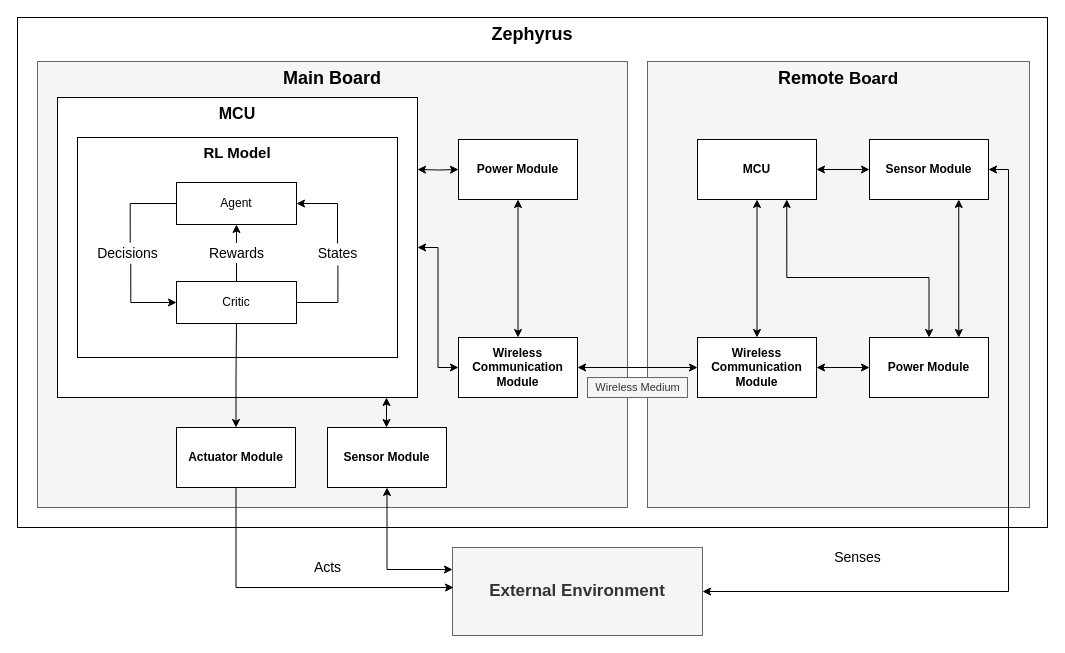
Before: 2. Analysis/1. System Overview/sys_overrview.drawio in esrg-silent-howl/zephyrus, a draw.io diagram. Source tidied: cells renumbered, new cells numbered last; positions are measured from the earlier drawing's top-left corner, leaving out a move shared by most shapes. Both pictures are drawn from the tidied source at 100%, with x=0, y=0 at pixel (17, 17).
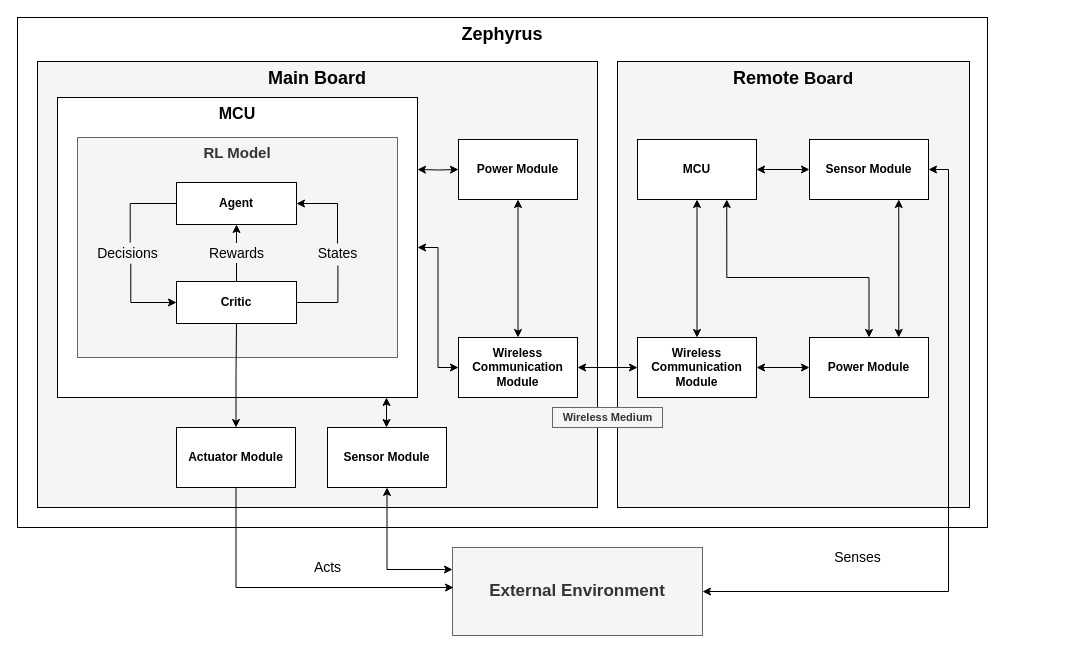
Above is the later version.

Change to the diagram source:
```diff
@@
     <mxCell id="2" value="&lt;b style=&quot;white-space: normal ; font-size: 18px&quot;&gt;Zephyrus&lt;/b&gt;" style="rounded=0;whiteSpace=wrap;html=1;verticalAlign=top;" parent="1" vertex="1">
-      <mxGeometry width="1030" height="510" as="geometry" />
+      <mxGeometry width="970" height="510" as="geometry" />
     </mxCell>
-    <mxCell id="3" value="&lt;b style=&quot;color: rgb(0 , 0 , 0) ; font-size: 18px ; white-space: normal&quot;&gt;Remote&amp;nbsp;&lt;/b&gt;&lt;b style=&quot;color: rgb(0 , 0 , 0) ; white-space: normal ; font-size: 17px&quot;&gt;Board&lt;/b&gt;" style="rounded=0;whiteSpace=wrap;html=1;fillColor=#f5f5f5;strokeColor=#666666;fontColor=#333333;verticalAlign=top;" parent="1" vertex="1">
-      <mxGeometry x="630" y="44" width="382" height="446" as="geometry" />
+    <mxCell id="3" value="&lt;b style=&quot;color: rgb(0 , 0 , 0) ; font-size: 18px ; white-space: normal&quot;&gt;Remote&amp;nbsp;&lt;/b&gt;&lt;b style=&quot;color: rgb(0 , 0 , 0) ; white-space: normal ; font-size: 17px&quot;&gt;Board&lt;/b&gt;" style="rounded=0;whiteSpace=wrap;html=1;fillColor=#f5f5f5;strokeColor=#000000;fontColor=#333333;verticalAlign=top;" parent="1" vertex="1">
+      <mxGeometry x="600" y="44" width="352" height="446" as="geometry" />
     </mxCell>
-    <mxCell id="4" value="&lt;font color=&quot;#000000&quot;&gt;&lt;span style=&quot;font-size: 18px&quot;&gt;&lt;b&gt;Main Board&lt;/b&gt;&lt;/span&gt;&lt;/font&gt;" style="rounded=0;whiteSpace=wrap;html=1;fillColor=#f5f5f5;strokeColor=#666666;verticalAlign=top;fontColor=#333333;" parent="1" vertex="1">
-      <mxGeometry x="20" y="44" width="590" height="446" as="geometry" />
+    <mxCell id="4" value="&lt;font color=&quot;#000000&quot;&gt;&lt;span style=&quot;font-size: 18px&quot;&gt;&lt;b&gt;Main Board&lt;/b&gt;&lt;/span&gt;&lt;/font&gt;" style="rounded=0;whiteSpace=wrap;html=1;fillColor=#f5f5f5;strokeColor=#000000;verticalAlign=top;fontColor=#333333;" parent="1" vertex="1">
+      <mxGeometry x="20" y="44" width="560" height="446" as="geometry" />
     </mxCell>
@@
-    <mxCell id="7" value="&lt;b&gt;&lt;font style=&quot;font-size: 15px&quot;&gt;RL Model&lt;/font&gt;&lt;/b&gt;" style="rounded=0;whiteSpace=wrap;html=1;verticalAlign=top;" parent="1" vertex="1">
+    <mxCell id="7" value="&lt;b&gt;&lt;font style=&quot;font-size: 15px&quot;&gt;RL Model&lt;/font&gt;&lt;/b&gt;" style="rounded=0;whiteSpace=wrap;html=1;verticalAlign=top;fillColor=#f5f5f5;strokeColor=#666666;fontColor=#333333;" parent="1" vertex="1">
       <mxGeometry x="60" y="120" width="320" height="220" as="geometry" />
     </mxCell>
-    <mxCell id="8" value="&lt;font style=&quot;font-size: 11px&quot;&gt;Wireless Medium&lt;/font&gt;" style="text;html=1;align=center;verticalAlign=middle;fillColor=#f5f5f5;strokeColor=#666666;fontColor=#333333;" parent="1" vertex="1">
-      <mxGeometry x="570" y="360" width="100" height="20" as="geometry" />
+    <mxCell id="8" value="&lt;font style=&quot;font-size: 11px&quot;&gt;&lt;b&gt;Wireless Medium&lt;/b&gt;&lt;/font&gt;" style="text;html=1;align=center;verticalAlign=middle;fillColor=#f5f5f5;strokeColor=#666666;fontColor=#333333;" parent="1" vertex="1">
+      <mxGeometry x="535" y="390" width="110" height="20" as="geometry" />
     </mxCell>
@@
-    <mxCell id="14" value="Critic" style="rounded=0;whiteSpace=wrap;html=1;" parent="1" vertex="1">
+    <mxCell id="14" value="&lt;b&gt;Critic&lt;/b&gt;" style="rounded=0;whiteSpace=wrap;html=1;" parent="1" vertex="1">
       <mxGeometry x="159" y="264" width="120" height="42" as="geometry" />
     </mxCell>
@@
-    <mxCell id="16" value="Agent" style="rounded=0;whiteSpace=wrap;html=1;" parent="1" vertex="1">
+    <mxCell id="16" value="&lt;b&gt;Agent&lt;/b&gt;" style="rounded=0;whiteSpace=wrap;html=1;" parent="1" vertex="1">
       <mxGeometry x="159" y="165" width="120" height="42" as="geometry" />
     </mxCell>
@@
     <mxCell id="27" style="edgeStyle=orthogonalEdgeStyle;rounded=0;jettySize=auto;html=1;exitX=0.75;exitY=1;exitDx=0;exitDy=0;startArrow=classic;startFill=1;endArrow=classic;endFill=1;entryX=0.5;entryY=0;entryDx=0;entryDy=0;" parent="1" edge="1" source="29" target="36">
       <mxGeometry relative="1" as="geometry">
         <Array as="points">
-          <mxPoint x="769" y="260" />
-          <mxPoint x="912" y="260" />
+          <mxPoint x="709" y="260" />
+          <mxPoint x="852" y="260" />
         </Array>
       </mxGeometry>
     </mxCell>
@@
     <mxCell id="29" value="&lt;b&gt;&lt;font style=&quot;font-size: 12px&quot;&gt;MCU&lt;/font&gt;&lt;/b&gt;" style="rounded=0;whiteSpace=wrap;html=1;" parent="1" vertex="1">
-      <mxGeometry x="680" y="122" width="119" height="60" as="geometry" />
+      <mxGeometry x="620" y="122" width="119" height="60" as="geometry" />
     </mxCell>
     <mxCell id="30" value="&lt;b&gt;Wireless Communication Module&lt;/b&gt;" style="rounded=0;whiteSpace=wrap;html=1;" parent="1" vertex="1">
-      <mxGeometry x="680" y="320" width="119" height="60" as="geometry" />
+      <mxGeometry x="620" y="320" width="119" height="60" as="geometry" />
     </mxCell>
@@
     <mxCell id="36" value="&lt;b&gt;Power Module&lt;/b&gt;" style="rounded=0;whiteSpace=wrap;html=1;" parent="1" vertex="1">
-      <mxGeometry x="852" y="320" width="119" height="60" as="geometry" />
+      <mxGeometry x="792" y="320" width="119" height="60" as="geometry" />
     </mxCell>
@@
     <mxCell id="40" value="&lt;b&gt;Sensor Module&lt;/b&gt;" style="rounded=0;whiteSpace=wrap;html=1;" parent="1" vertex="1">
-      <mxGeometry x="852" y="122" width="119" height="60" as="geometry" />
+      <mxGeometry x="792" y="122" width="119" height="60" as="geometry" />
     </mxCell>
```
